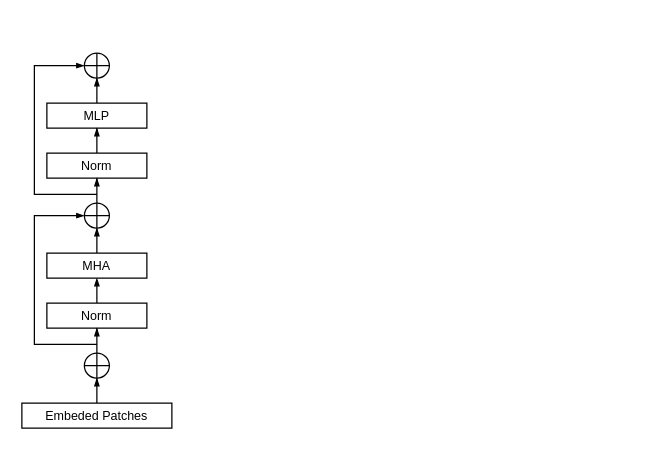
Earlier version of the draw.io diagram vit.drawio (qjl988/drawio). Source tidied: cells renumbered, new cells numbered last; positions are measured from the earlier drawing's top-left corner, leaving out a move shared by most shapes. Both pictures are drawn from the tidied source at 125%, with x=0, y=0 at pixel (21, 52).
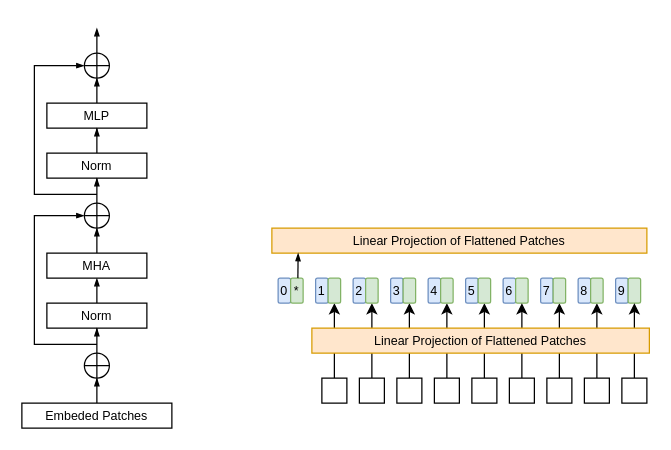
The same diagram, later.

The change refers to these unchanged cells:
```xml
<mxCell id="14" style="shape=orEllipse;perimeter=ellipsePerimeter;whiteSpace=wrap;html=1;backgroundOutline=1;" parent="1" vertex="1">
  <mxGeometry x="50" width="20" height="20" as="geometry" />
</mxCell>
```

What changed in the source:
```diff
@@
+    <mxCell id="19" style="edgeStyle=orthogonalEdgeStyle;rounded=0;jettySize=auto;html=1;endSize=4;endArrow=blockThin;endFill=1;" parent="1" edge="1" source="14">
+      <mxGeometry relative="1" as="geometry">
+        <mxPoint x="60" y="-20" as="targetPoint" />
+      </mxGeometry>
+    </mxCell>
@@
+    <mxCell id="20" style="edgeStyle=orthogonalEdgeStyle;rounded=0;jettySize=auto;html=1;entryX=0.5;entryY=1;entryDx=0;entryDy=0;" parent="1" edge="1" source="21" target="39">
+      <mxGeometry relative="1" as="geometry" />
+    </mxCell>
+    <mxCell id="21" style="whiteSpace=wrap;html=1;" parent="1" vertex="1">
+      <mxGeometry x="240" y="260" width="20" height="20" as="geometry" />
+    </mxCell>
+    <mxCell id="22" style="edgeStyle=orthogonalEdgeStyle;rounded=0;jettySize=auto;html=1;entryX=0.5;entryY=1;entryDx=0;entryDy=0;" parent="1" edge="1" source="23" target="42">
+      <mxGeometry relative="1" as="geometry" />
+    </mxCell>
+    <mxCell id="23" style="whiteSpace=wrap;html=1;" parent="1" vertex="1">
+      <mxGeometry x="270" y="260" width="20" height="20" as="geometry" />
+    </mxCell>
+    <mxCell id="24" style="edgeStyle=orthogonalEdgeStyle;rounded=0;jettySize=auto;html=1;entryX=0.5;entryY=1;entryDx=0;entryDy=0;" parent="1" edge="1" source="25" target="45">
+      <mxGeometry relative="1" as="geometry" />
+    </mxCell>
+    <mxCell id="25" style="whiteSpace=wrap;html=1;" parent="1" vertex="1">
+      <mxGeometry x="300" y="260" width="20" height="20" as="geometry" />
+    </mxCell>
+    <mxCell id="26" style="edgeStyle=orthogonalEdgeStyle;rounded=0;jettySize=auto;html=1;entryX=0.5;entryY=1;entryDx=0;entryDy=0;" parent="1" edge="1" source="27" target="48">
+      <mxGeometry relative="1" as="geometry" />
+    </mxCell>
+    <mxCell id="27" style="whiteSpace=wrap;html=1;" parent="1" vertex="1">
+      <mxGeometry x="330" y="260" width="20" height="20" as="geometry" />
+    </mxCell>
+    <mxCell id="28" style="edgeStyle=orthogonalEdgeStyle;rounded=0;jettySize=auto;html=1;entryX=0.5;entryY=1;entryDx=0;entryDy=0;" parent="1" edge="1" source="29" target="51">
+      <mxGeometry relative="1" as="geometry" />
+    </mxCell>
+    <mxCell id="29" style="whiteSpace=wrap;html=1;" parent="1" vertex="1">
+      <mxGeometry x="360" y="260" width="20" height="20" as="geometry" />
+    </mxCell>
+    <mxCell id="30" style="edgeStyle=orthogonalEdgeStyle;rounded=0;jettySize=auto;html=1;entryX=0.5;entryY=1;entryDx=0;entryDy=0;" parent="1" edge="1" source="31" target="57">
+      <mxGeometry relative="1" as="geometry" />
+    </mxCell>
+    <mxCell id="31" style="whiteSpace=wrap;html=1;" parent="1" vertex="1">
+      <mxGeometry x="420" y="260" width="20" height="20" as="geometry" />
+    </mxCell>
+    <mxCell id="32" style="edgeStyle=orthogonalEdgeStyle;rounded=0;jettySize=auto;html=1;entryX=0.5;entryY=1;entryDx=0;entryDy=0;" parent="1" edge="1" source="33" target="60">
+      <mxGeometry relative="1" as="geometry" />
+    </mxCell>
+    <mxCell id="33" style="whiteSpace=wrap;html=1;" parent="1" vertex="1">
+      <mxGeometry x="450" y="260" width="20" height="20" as="geometry" />
+    </mxCell>
+    <mxCell id="34" style="group;" parent="1" vertex="1">
+      <mxGeometry x="205" y="180" width="20" height="20" as="geometry" />
+    </mxCell>
+    <mxCell id="35" value="&lt;font style=&quot;font-size: 10px;&quot;&gt;0&lt;/font&gt;" style="rounded=1;whiteSpace=wrap;html=1;fillColor=#dae8fc;strokeColor=#6c8ebf;" parent="34" vertex="1">
+      <mxGeometry width="10" height="20" as="geometry" />
+    </mxCell>
+    <mxCell id="36" value="&lt;font style=&quot;font-size: 10px;&quot;&gt;*&lt;/font&gt;" style="rounded=1;whiteSpace=wrap;html=1;fillColor=#d5e8d4;strokeColor=#82b366;" parent="34" vertex="1">
+      <mxGeometry x="10" width="10" height="20" as="geometry" />
+    </mxCell>
+    <mxCell id="37" style="group;" parent="1" vertex="1">
+      <mxGeometry x="235" y="180" width="20" height="20" as="geometry" />
+    </mxCell>
+    <mxCell id="38" value="&lt;font style=&quot;font-size: 10px;&quot;&gt;1&lt;/font&gt;" style="rounded=1;whiteSpace=wrap;html=1;fillColor=#dae8fc;strokeColor=#6c8ebf;" parent="37" vertex="1">
+      <mxGeometry width="10" height="20" as="geometry" />
+    </mxCell>
+    <mxCell id="39" style="rounded=1;whiteSpace=wrap;html=1;fillColor=#d5e8d4;strokeColor=#82b366;" parent="37" vertex="1">
+      <mxGeometry x="10" width="10" height="20" as="geometry" />
+    </mxCell>
+    <mxCell id="40" style="group;" parent="1" vertex="1">
+      <mxGeometry x="265" y="180" width="20" height="20" as="geometry" />
+    </mxCell>
+    <mxCell id="41" value="&lt;font style=&quot;font-size: 10px;&quot;&gt;2&lt;/font&gt;" style="rounded=1;whiteSpace=wrap;html=1;fillColor=#dae8fc;strokeColor=#6c8ebf;" parent="40" vertex="1">
+      <mxGeometry width="10" height="20" as="geometry" />
+    </mxCell>
+    <mxCell id="42" style="rounded=1;whiteSpace=wrap;html=1;fillColor=#d5e8d4;strokeColor=#82b366;" parent="40" vertex="1">
+      <mxGeometry x="10" width="10" height="20" as="geometry" />
+    </mxCell>
+    <mxCell id="43" style="group;" parent="1" vertex="1">
+      <mxGeometry x="295" y="180" width="20" height="20" as="geometry" />
+    </mxCell>
+    <mxCell id="44" value="&lt;font style=&quot;font-size: 10px;&quot;&gt;3&lt;/font&gt;" style="rounded=1;whiteSpace=wrap;html=1;fillColor=#dae8fc;strokeColor=#6c8ebf;" parent="43" vertex="1">
+      <mxGeometry width="10" height="20" as="geometry" />
+    </mxCell>
+    <mxCell id="45" style="rounded=1;whiteSpace=wrap;html=1;fillColor=#d5e8d4;strokeColor=#82b366;" parent="43" vertex="1">
+      <mxGeometry x="10" width="10" height="20" as="geometry" />
+    </mxCell>
+    <mxCell id="46" style="group;" parent="1" vertex="1">
+      <mxGeometry x="325" y="180" width="20" height="20" as="geometry" />
+    </mxCell>
+    <mxCell id="47" value="&lt;font style=&quot;font-size: 10px;&quot;&gt;4&lt;/font&gt;" style="rounded=1;whiteSpace=wrap;html=1;fillColor=#dae8fc;strokeColor=#6c8ebf;" parent="46" vertex="1">
+      <mxGeometry width="10" height="20" as="geometry" />
+    </mxCell>
+    <mxCell id="48" style="rounded=1;whiteSpace=wrap;html=1;fillColor=#d5e8d4;strokeColor=#82b366;" parent="46" vertex="1">
+      <mxGeometry x="10" width="10" height="20" as="geometry" />
+    </mxCell>
+    <mxCell id="49" style="group;" parent="1" vertex="1">
+      <mxGeometry x="355" y="180" width="20" height="20" as="geometry" />
+    </mxCell>
+    <mxCell id="50" value="&lt;font style=&quot;font-size: 10px;&quot;&gt;5&lt;/font&gt;" style="rounded=1;whiteSpace=wrap;html=1;fillColor=#dae8fc;strokeColor=#6c8ebf;" parent="49" vertex="1">
+      <mxGeometry width="10" height="20" as="geometry" />
+    </mxCell>
+    <mxCell id="51" style="rounded=1;whiteSpace=wrap;html=1;fillColor=#d5e8d4;strokeColor=#82b366;" parent="49" vertex="1">
+      <mxGeometry x="10" width="10" height="20" as="geometry" />
+    </mxCell>
+    <mxCell id="52" style="group;" parent="1" vertex="1">
+      <mxGeometry x="385" y="180" width="20" height="20" as="geometry" />
+    </mxCell>
+    <mxCell id="53" value="&lt;font style=&quot;font-size: 10px;&quot;&gt;6&lt;/font&gt;" style="rounded=1;whiteSpace=wrap;html=1;fillColor=#dae8fc;strokeColor=#6c8ebf;" parent="52" vertex="1">
+      <mxGeometry width="10" height="20" as="geometry" />
+    </mxCell>
+    <mxCell id="54" style="rounded=1;whiteSpace=wrap;html=1;fillColor=#d5e8d4;strokeColor=#82b366;" parent="52" vertex="1">
+      <mxGeometry x="10" width="10" height="20" as="geometry" />
+    </mxCell>
+    <mxCell id="55" style="group;" parent="1" vertex="1">
+      <mxGeometry x="415" y="180" width="20" height="20" as="geometry" />
+    </mxCell>
+    <mxCell id="56" value="&lt;font style=&quot;font-size: 10px;&quot;&gt;7&lt;/font&gt;" style="rounded=1;whiteSpace=wrap;html=1;fillColor=#dae8fc;strokeColor=#6c8ebf;" parent="55" vertex="1">
+      <mxGeometry width="10" height="20" as="geometry" />
+    </mxCell>
+    <mxCell id="57" style="rounded=1;whiteSpace=wrap;html=1;fillColor=#d5e8d4;strokeColor=#82b366;" parent="55" vertex="1">
+      <mxGeometry x="10" width="10" height="20" as="geometry" />
+    </mxCell>
+    <mxCell id="58" style="group;" parent="1" vertex="1">
+      <mxGeometry x="445" y="180" width="20" height="20" as="geometry" />
+    </mxCell>
+    <mxCell id="59" value="&lt;font style=&quot;font-size: 10px;&quot;&gt;8&lt;/font&gt;" style="rounded=1;whiteSpace=wrap;html=1;fillColor=#dae8fc;strokeColor=#6c8ebf;" parent="58" vertex="1">
+      <mxGeometry width="10" height="20" as="geometry" />
+    </mxCell>
+    <mxCell id="60" style="rounded=1;whiteSpace=wrap;html=1;fillColor=#d5e8d4;strokeColor=#82b366;" parent="58" vertex="1">
+      <mxGeometry x="10" width="10" height="20" as="geometry" />
+    </mxCell>
+    <mxCell id="61" style="group;" parent="1" vertex="1">
+      <mxGeometry x="475" y="180" width="20" height="20" as="geometry" />
+    </mxCell>
+    <mxCell id="62" value="&lt;font style=&quot;font-size: 10px;&quot;&gt;9&lt;/font&gt;" style="rounded=1;whiteSpace=wrap;html=1;fillColor=#dae8fc;strokeColor=#6c8ebf;" parent="61" vertex="1">
+      <mxGeometry width="10" height="20" as="geometry" />
+    </mxCell>
+    <mxCell id="63" style="rounded=1;whiteSpace=wrap;html=1;fillColor=#d5e8d4;strokeColor=#82b366;" parent="61" vertex="1">
+      <mxGeometry x="10" width="10" height="20" as="geometry" />
+    </mxCell>
+    <mxCell id="64" style="edgeStyle=orthogonalEdgeStyle;rounded=0;jettySize=auto;html=1;entryX=0.5;entryY=1;entryDx=0;entryDy=0;" parent="1" edge="1" source="65" target="54">
+      <mxGeometry relative="1" as="geometry" />
+    </mxCell>
+    <mxCell id="65" style="whiteSpace=wrap;html=1;" parent="1" vertex="1">
+      <mxGeometry x="390" y="260" width="20" height="20" as="geometry" />
+    </mxCell>
+    <mxCell id="66" style="edgeStyle=orthogonalEdgeStyle;rounded=0;jettySize=auto;html=1;entryX=0.5;entryY=1;entryDx=0;entryDy=0;" parent="1" edge="1" source="67" target="63">
+      <mxGeometry relative="1" as="geometry" />
+    </mxCell>
+    <mxCell id="67" style="whiteSpace=wrap;html=1;" parent="1" vertex="1">
+      <mxGeometry x="480" y="260" width="20" height="20" as="geometry" />
+    </mxCell>
+    <mxCell id="68" value="&lt;font style=&quot;font-size: 10px;&quot;&gt;Linear Projection of Flattened Patches&lt;/font&gt;" style="rounded=0;whiteSpace=wrap;html=1;fillColor=#ffe6cc;strokeColor=#d79b00;" parent="1" vertex="1">
+      <mxGeometry x="232" y="220" width="270" height="20" as="geometry" />
+    </mxCell>
+    <mxCell id="69" value="&lt;font style=&quot;font-size: 10px;&quot;&gt;Linear Projection of Flattened Patches&lt;/font&gt;" style="rounded=0;whiteSpace=wrap;html=1;fillColor=#ffe6cc;strokeColor=#d79b00;" parent="1" vertex="1">
+      <mxGeometry x="200" y="140" width="300" height="20" as="geometry" />
+    </mxCell>
+    <mxCell id="70" style="endArrow=blockThin;html=1;rounded=0;endSize=4;endFill=1;" parent="1" edge="1">
+      <mxGeometry relative="1" as="geometry">
+        <mxPoint x="220.8" y="180" as="sourcePoint" />
+        <mxPoint x="221" y="160" as="targetPoint" />
+      </mxGeometry>
+    </mxCell>
```
